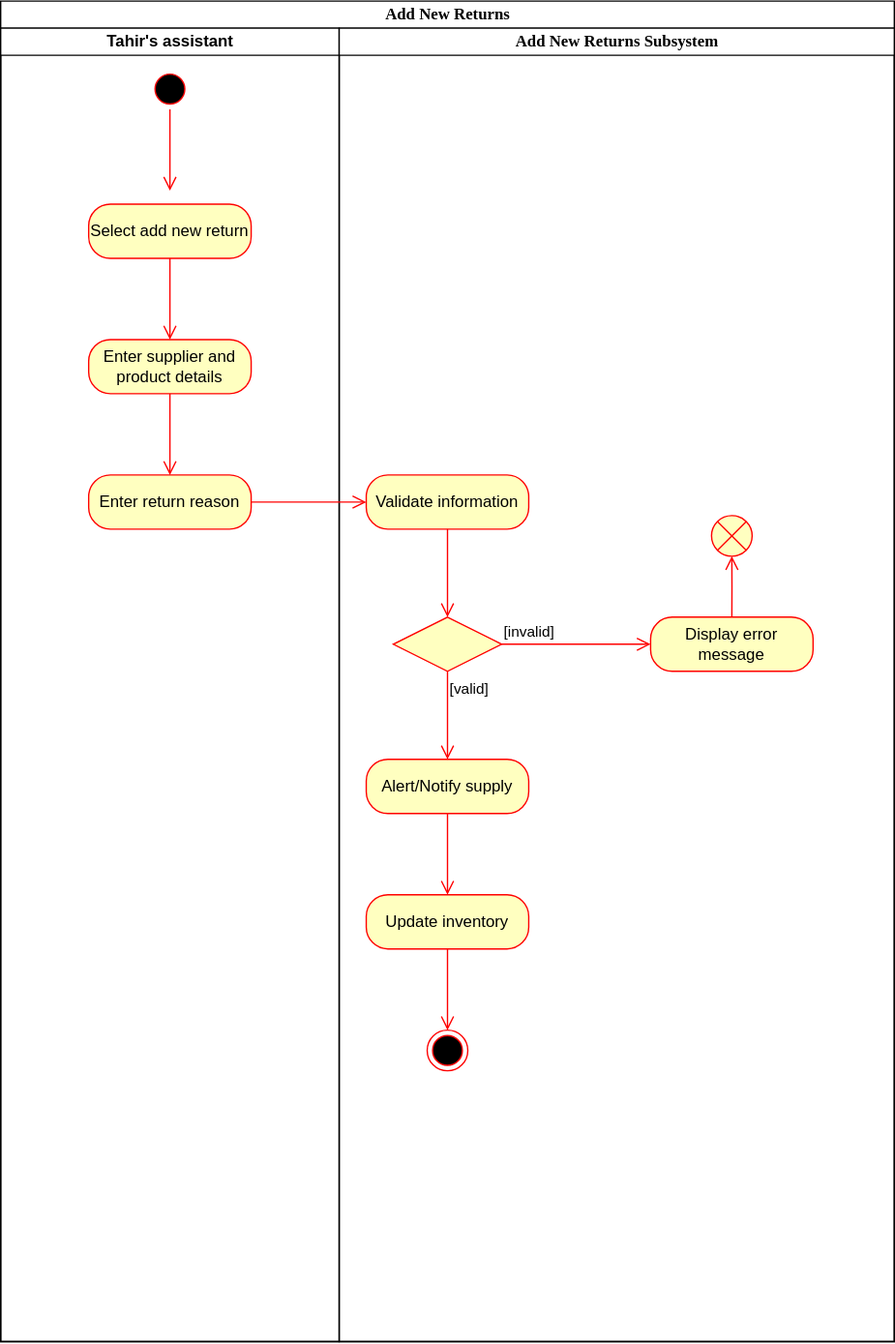
The draw.io diagram Add New Returns Activity Diagrams.svg in Simamkele88/IFM3_GP, before a commit. Source tidied: cells renumbered, new cells last; positions are measured from the earlier drawing's top-left corner, leaving out a move shared by most shapes.
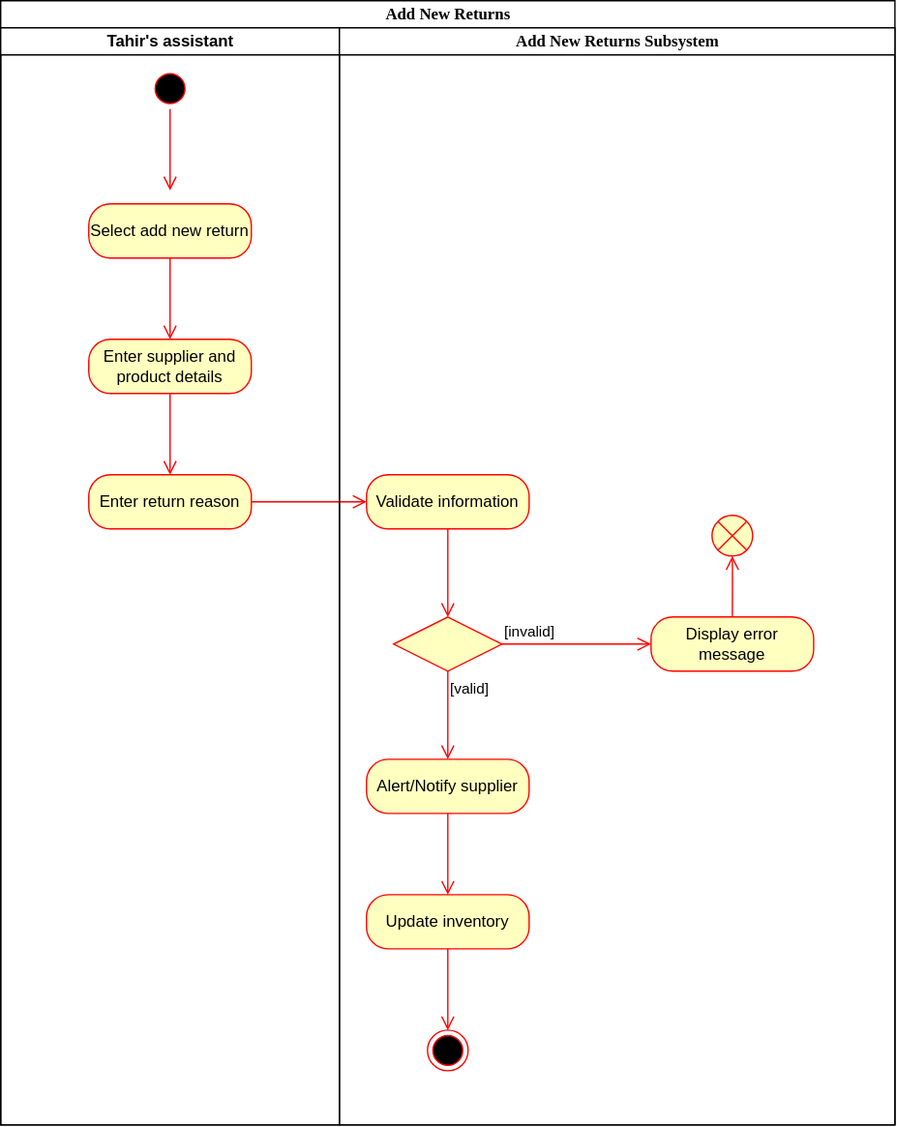
After the change.

Diff of the diagram source:
```diff
@@ -3,10 +3,10 @@
     <mxCell id="0" />
     <mxCell id="1" parent="0" />
     <mxCell id="2" value="Add New Returns" style="swimlane;html=1;startSize=20;rounded=0;shadow=0;comic=0;labelBackgroundColor=none;strokeWidth=1;fontFamily=Verdana;fontSize=12;align=center;" parent="1" vertex="1">
-      <mxGeometry width="660" height="990" as="geometry" />
+      <mxGeometry width="660" height="830" as="geometry" />
     </mxCell>
     <mxCell id="3" value="Tahir's assistant" style="swimlane;html=1;startSize=20;" parent="2" vertex="1">
-      <mxGeometry y="20" width="250" height="970" as="geometry" />
+      <mxGeometry y="20" width="250" height="810" as="geometry" />
     </mxCell>
     <mxCell id="4" style="ellipse;html=1;shape=startState;fillColor=#000000;strokeColor=#ff0000;" parent="3" vertex="1">
       <mxGeometry x="110" y="30" width="30" height="30" as="geometry" />
@@ -31,8 +31,11 @@
     <mxCell id="10" value="Enter return reason" style="rounded=1;whiteSpace=wrap;html=1;arcSize=40;fontColor=#000000;fillColor=#ffffc0;strokeColor=#ff0000;" parent="3" vertex="1">
       <mxGeometry x="65" y="330" width="120" height="40" as="geometry" />
     </mxCell>
+    <mxCell id="25" style="edgeStyle=orthogonalEdgeStyle;html=1;verticalAlign=bottom;endArrow=open;endSize=8;strokeColor=#ff0000;rounded=0;exitX=1;exitY=0.5;exitDx=0;exitDy=0;entryX=0;entryY=0.5;entryDx=0;entryDy=0;" parent="2" edge="1" source="10" target="12">
+      <mxGeometry relative="1" as="geometry" />
+    </mxCell>
     <mxCell id="11" value="&lt;span style=&quot;font-family: Verdana;&quot;&gt;Add New Returns Subsystem&lt;/span&gt;" style="swimlane;html=1;startSize=20;" parent="2" vertex="1">
-      <mxGeometry x="250" y="20" width="410" height="970" as="geometry" />
+      <mxGeometry x="250" y="20" width="410" height="810" as="geometry" />
     </mxCell>
     <mxCell id="12" value="Validate information" style="rounded=1;whiteSpace=wrap;html=1;arcSize=40;fontColor=#000000;fillColor=#ffffc0;strokeColor=#ff0000;" parent="11" vertex="1">
       <mxGeometry x="20" y="330" width="120" height="40" as="geometry" />
@@ -51,7 +54,7 @@
     <mxCell id="16" value="[valid]" style="edgeStyle=orthogonalEdgeStyle;html=1;align=left;verticalAlign=top;endArrow=open;endSize=8;strokeColor=#ff0000;rounded=0;entryX=0.5;entryY=0;entryDx=0;entryDy=0;" parent="11" edge="1" source="14" target="17">
       <mxGeometry x="-1" relative="1" as="geometry" />
     </mxCell>
-    <mxCell id="17" value="Alert/Notify supply" style="rounded=1;whiteSpace=wrap;html=1;arcSize=40;fontColor=#000000;fillColor=#ffffc0;strokeColor=#ff0000;" parent="11" vertex="1">
+    <mxCell id="17" value="Alert/Notify supplier" style="rounded=1;whiteSpace=wrap;html=1;arcSize=40;fontColor=#000000;fillColor=#ffffc0;strokeColor=#ff0000;" parent="11" vertex="1">
       <mxGeometry x="20" y="540" width="120" height="40" as="geometry" />
     </mxCell>
     <mxCell id="18" style="edgeStyle=orthogonalEdgeStyle;html=1;verticalAlign=bottom;endArrow=open;endSize=8;strokeColor=#ff0000;rounded=0;entryX=0.5;entryY=0;entryDx=0;entryDy=0;" parent="11" edge="1" source="17" target="19">
@@ -77,8 +80,5 @@
         <mxPoint x="290" y="390" as="targetPoint" />
       </mxGeometry>
     </mxCell>
-    <mxCell id="25" style="edgeStyle=orthogonalEdgeStyle;html=1;verticalAlign=bottom;endArrow=open;endSize=8;strokeColor=#ff0000;rounded=0;exitX=1;exitY=0.5;exitDx=0;exitDy=0;entryX=0;entryY=0.5;entryDx=0;entryDy=0;" parent="2" edge="1" source="10" target="12">
-      <mxGeometry relative="1" as="geometry" />
-    </mxCell>
   </root>
 </mxGraphModel>
```
